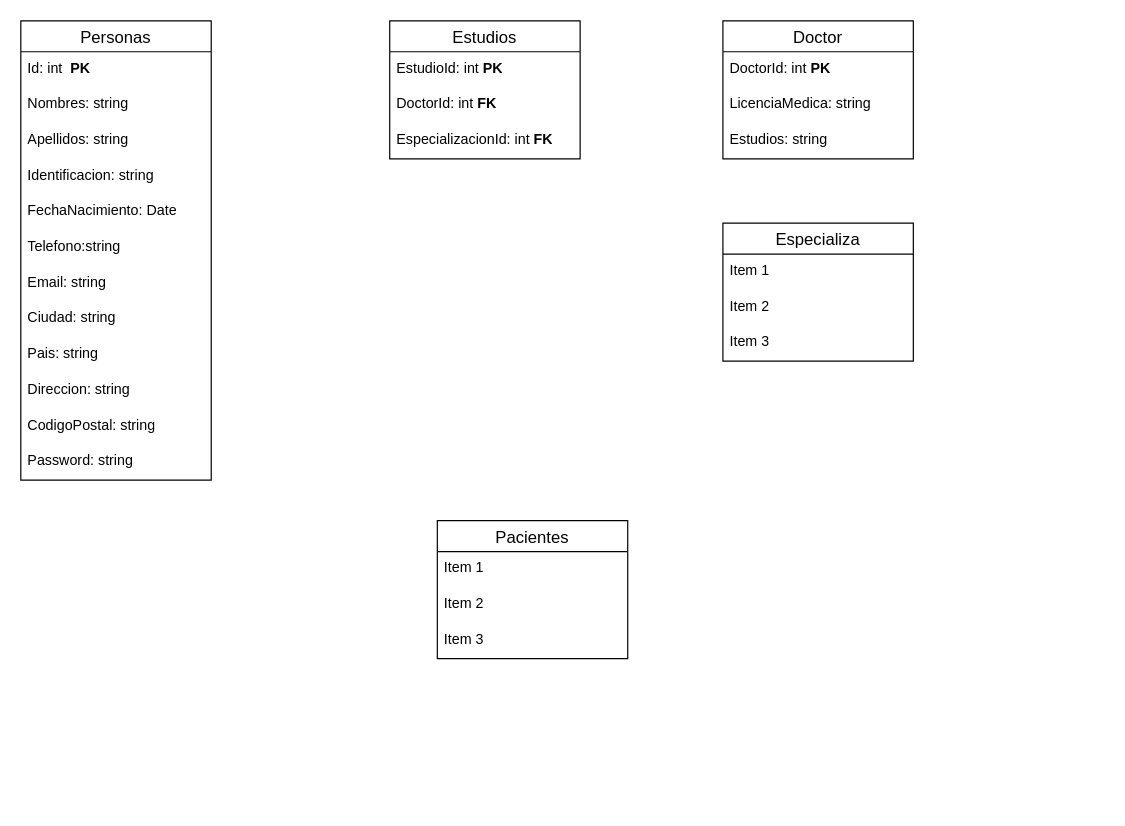
The draw.io diagram Diagrama SysClinic.drawio in DiegoBenjumeaDeveloper/Agendamiento, before the edit. Source tidied: cells renumbered, new cells numbered last; positions are measured from the earlier drawing's top-left corner, leaving out a move shared by most shapes. Both pictures are drawn from the tidied source at 119%, with x=0, y=0 at pixel (20, 20).
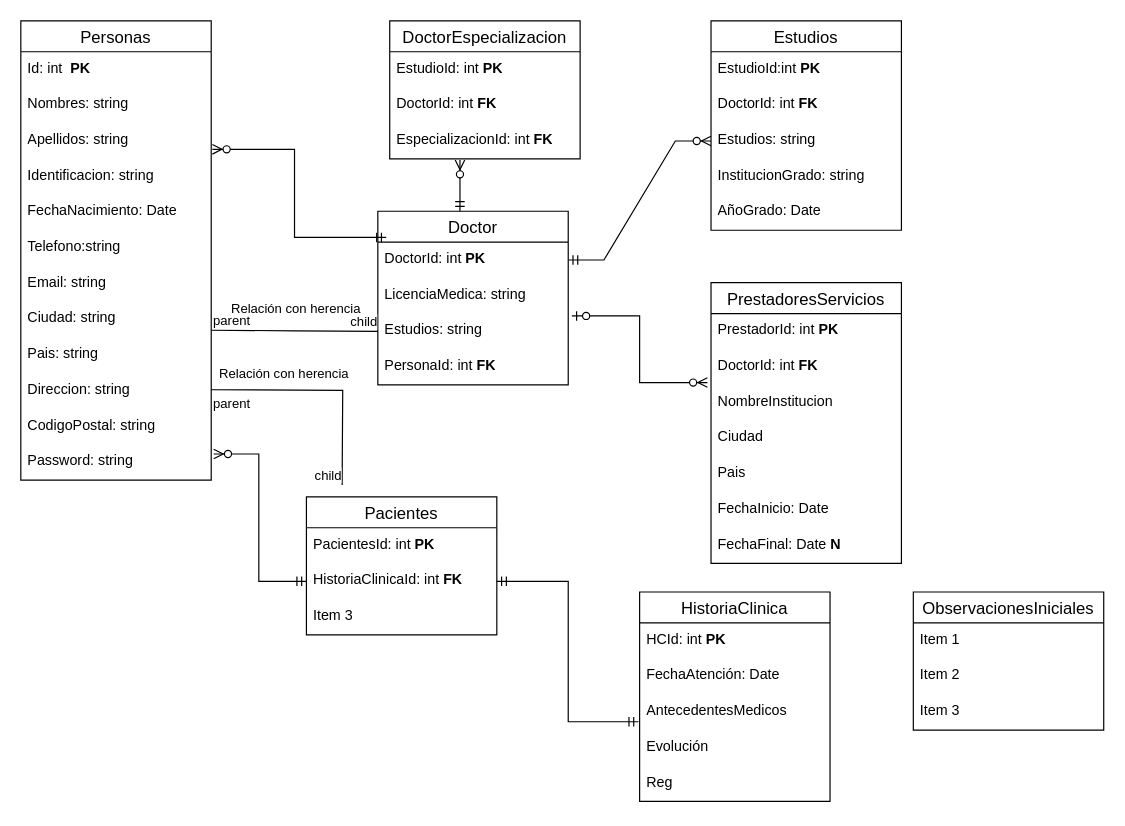
After the change.

The change refers to these unchanged cells:
```xml
<mxCell id="5" value="Apellidos: string" style="text;strokeColor=none;fillColor=none;spacingLeft=4;spacingRight=4;overflow=hidden;points=[[0,0.5],[1,0.5]];portConstraint=eastwest;fontSize=12;whiteSpace=wrap;html=1;" parent="2" vertex="1">
  <mxGeometry y="86" width="160" height="30" as="geometry" />
</mxCell>
<mxCell id="14" value="Password: string" style="text;strokeColor=none;fillColor=none;spacingLeft=4;spacingRight=4;overflow=hidden;points=[[0,0.5],[1,0.5]];portConstraint=eastwest;fontSize=12;whiteSpace=wrap;html=1;" parent="2" vertex="1">
  <mxGeometry y="356" width="160" height="30" as="geometry" />
</mxCell>
<mxCell id="20" value="DoctorId: int &lt;b&gt;PK&lt;/b&gt;" style="text;strokeColor=none;fillColor=none;spacingLeft=4;spacingRight=4;overflow=hidden;points=[[0,0.5],[1,0.5]];portConstraint=eastwest;fontSize=12;whiteSpace=wrap;html=1;" parent="19" vertex="1">
  <mxGeometry y="26" width="160" height="30" as="geometry" />
</mxCell>
<mxCell id="22" value="Estudios: string" style="text;strokeColor=none;fillColor=none;spacingLeft=4;spacingRight=4;overflow=hidden;points=[[0,0.5],[1,0.5]];portConstraint=eastwest;fontSize=12;whiteSpace=wrap;html=1;" parent="19" vertex="1">
  <mxGeometry y="86" width="160" height="30" as="geometry" />
</mxCell>
<mxCell id="26" value="EspecializacionId: int &lt;b&gt;FK&lt;/b&gt;" style="text;strokeColor=none;fillColor=none;spacingLeft=4;spacingRight=4;overflow=hidden;points=[[0,0.5],[1,0.5]];portConstraint=eastwest;fontSize=12;whiteSpace=wrap;html=1;" parent="23" vertex="1">
  <mxGeometry y="86" width="160" height="30" as="geometry" />
</mxCell>
```

What changed in the source:
```diff
@@
     <mxCell id="15" value="Pacientes" style="swimlane;fontStyle=0;horizontal=1;startSize=26;align=center;fontSize=14;" parent="1" vertex="1">
-      <mxGeometry x="350" y="420" width="160" height="116" as="geometry" />
+      <mxGeometry x="240" y="400" width="160" height="116" as="geometry" />
     </mxCell>
-    <mxCell id="16" value="Item 1" style="text;strokeColor=none;fillColor=none;spacingLeft=4;spacingRight=4;overflow=hidden;fontSize=12;whiteSpace=wrap;html=1;" parent="15" vertex="1">
+    <mxCell id="16" value="PacientesId: int &lt;b&gt;PK&lt;/b&gt;" style="text;strokeColor=none;fillColor=none;spacingLeft=4;spacingRight=4;overflow=hidden;fontSize=12;whiteSpace=wrap;html=1;" parent="15" vertex="1">
       <mxGeometry y="26" width="160" height="30" as="geometry" />
     </mxCell>
-    <mxCell id="17" value="Item 2" style="text;strokeColor=none;fillColor=none;spacingLeft=4;spacingRight=4;overflow=hidden;points=[[0,0.5],[1,0.5]];portConstraint=eastwest;fontSize=12;whiteSpace=wrap;html=1;" parent="15" vertex="1">
+    <mxCell id="17" value="HistoriaClinicaId: int &lt;b&gt;FK&lt;/b&gt;" style="text;strokeColor=none;fillColor=none;spacingLeft=4;spacingRight=4;overflow=hidden;points=[[0,0.5],[1,0.5]];portConstraint=eastwest;fontSize=12;whiteSpace=wrap;html=1;" parent="15" vertex="1">
       <mxGeometry y="56" width="160" height="30" as="geometry" />
     </mxCell>
@@
     <mxCell id="19" value="Doctor" style="swimlane;fontStyle=0;horizontal=1;startSize=26;align=center;fontSize=14;" parent="1" vertex="1">
-      <mxGeometry x="590" width="160" height="116" as="geometry" />
+      <mxGeometry x="300" y="160" width="160" height="146" as="geometry" />
     </mxCell>
@@
+    <mxCell id="31" value="PersonaId: int &lt;b&gt;FK&lt;/b&gt;" style="text;strokeColor=none;fillColor=none;spacingLeft=4;spacingRight=4;overflow=hidden;fontSize=12;whiteSpace=wrap;html=1;" parent="19" vertex="1">
+      <mxGeometry y="116" width="160" height="30" as="geometry" />
+    </mxCell>
-    <mxCell id="23" value="Estudios" style="swimlane;fontStyle=0;horizontal=1;startSize=26;align=center;fontSize=14;" parent="1" vertex="1">
+    <mxCell id="23" value="DoctorEspecializacion" style="swimlane;fontStyle=0;horizontal=1;startSize=26;align=center;fontSize=14;" parent="1" vertex="1">
       <mxGeometry x="310" width="160" height="116" as="geometry" />
     </mxCell>
@@
-    <mxCell id="27" value="Especializa" style="swimlane;fontStyle=0;horizontal=1;startSize=26;align=center;fontSize=14;" parent="1" vertex="1">
-      <mxGeometry x="590" y="170" width="160" height="116" as="geometry" />
+    <mxCell id="27" value="Estudios" style="swimlane;fontStyle=0;horizontal=1;startSize=26;align=center;fontSize=14;" parent="1" vertex="1">
+      <mxGeometry x="580" width="160" height="176" as="geometry" />
     </mxCell>
-    <mxCell id="28" value="Item 1" style="text;strokeColor=none;fillColor=none;spacingLeft=4;spacingRight=4;overflow=hidden;fontSize=12;whiteSpace=wrap;html=1;" parent="27" vertex="1">
+    <mxCell id="28" value="EstudioId:int &lt;b&gt;PK&lt;/b&gt;" style="text;strokeColor=none;fillColor=none;spacingLeft=4;spacingRight=4;overflow=hidden;fontSize=12;whiteSpace=wrap;html=1;" parent="27" vertex="1">
       <mxGeometry y="26" width="160" height="30" as="geometry" />
     </mxCell>
-    <mxCell id="29" value="Item 2" style="text;strokeColor=none;fillColor=none;spacingLeft=4;spacingRight=4;overflow=hidden;fontSize=12;whiteSpace=wrap;html=1;" parent="27" vertex="1">
+    <mxCell id="29" value="DoctorId: int &lt;b&gt;FK&lt;/b&gt;" style="text;strokeColor=none;fillColor=none;spacingLeft=4;spacingRight=4;overflow=hidden;fontSize=12;whiteSpace=wrap;html=1;" parent="27" vertex="1">
       <mxGeometry y="56" width="160" height="30" as="geometry" />
     </mxCell>
-    <mxCell id="30" value="Item 3" style="text;strokeColor=none;fillColor=none;spacingLeft=4;spacingRight=4;overflow=hidden;points=[[0,0.5],[1,0.5]];portConstraint=eastwest;fontSize=12;whiteSpace=wrap;html=1;" parent="27" vertex="1">
+    <mxCell id="30" value="Estudios: string" style="text;strokeColor=none;fillColor=none;spacingLeft=4;spacingRight=4;overflow=hidden;points=[[0,0.5],[1,0.5]];portConstraint=eastwest;fontSize=12;whiteSpace=wrap;html=1;" parent="27" vertex="1">
       <mxGeometry y="86" width="160" height="30" as="geometry" />
     </mxCell>
+    <mxCell id="32" value="InstitucionGrado: string" style="text;strokeColor=none;fillColor=none;spacingLeft=4;spacingRight=4;overflow=hidden;fontSize=12;whiteSpace=wrap;html=1;" parent="27" vertex="1">
+      <mxGeometry y="116" width="160" height="30" as="geometry" />
+    </mxCell>
+    <mxCell id="33" value="AñoGrado: Date" style="text;strokeColor=none;fillColor=none;spacingLeft=4;spacingRight=4;overflow=hidden;fontSize=12;whiteSpace=wrap;html=1;" parent="27" vertex="1">
+      <mxGeometry y="146" width="160" height="30" as="geometry" />
+    </mxCell>
+    <mxCell id="34" style="fontSize=12;html=1;endArrow=ERzeroToMany;startArrow=ERmandOne;rounded=0;entryX=1.006;entryY=0.733;entryDx=0;entryDy=0;entryPerimeter=0;exitX=0.044;exitY=-0.133;exitDx=0;exitDy=0;exitPerimeter=0;edgeStyle=orthogonalEdgeStyle;" parent="1" edge="1" source="20" target="5">
+      <mxGeometry relative="1" as="geometry" />
+    </mxCell>
+    <mxCell id="35" value="Relación con herencia" style="edgeLabel;html=1;align=center;verticalAlign=middle;" parent="34" vertex="1">
+      <mxGeometry x="-0.23" y="-2" relative="1" as="geometry">
+        <mxPoint x="-12" y="122" as="offset" />
+      </mxGeometry>
+    </mxCell>
+    <mxCell id="36" style="fontSize=12;html=1;endArrow=ERzeroToMany;startArrow=ERmandOne;rounded=0;entryX=0.369;entryY=1.033;entryDx=0;entryDy=0;entryPerimeter=0;" parent="1" edge="1" target="26">
+      <mxGeometry relative="1" as="geometry">
+        <mxPoint x="369" y="160" as="sourcePoint" />
+      </mxGeometry>
+    </mxCell>
+    <mxCell id="37" style="edgeStyle=entityRelationEdgeStyle;fontSize=12;html=1;endArrow=ERzeroToMany;startArrow=ERmandOne;rounded=0;exitX=1;exitY=0.5;exitDx=0;exitDy=0;entryX=0;entryY=0.5;entryDx=0;entryDy=0;" parent="1" edge="1" source="20" target="30">
+      <mxGeometry relative="1" as="geometry" />
+    </mxCell>
+    <mxCell id="38" value="PrestadoresServicios" style="swimlane;fontStyle=0;horizontal=1;startSize=26;align=center;fontSize=14;" parent="1" vertex="1">
+      <mxGeometry x="580" y="220" width="160" height="236" as="geometry" />
+    </mxCell>
+    <mxCell id="39" value="PrestadorId: int &lt;b&gt;PK&lt;/b&gt;" style="text;strokeColor=none;fillColor=none;spacingLeft=4;spacingRight=4;overflow=hidden;fontSize=12;whiteSpace=wrap;html=1;" parent="38" vertex="1">
+      <mxGeometry y="26" width="160" height="30" as="geometry" />
+    </mxCell>
+    <mxCell id="40" value="DoctorId: int &lt;b&gt;FK&lt;br&gt;&lt;br&gt;&lt;/b&gt;" style="text;strokeColor=none;fillColor=none;spacingLeft=4;spacingRight=4;overflow=hidden;points=[[0,0.5],[1,0.5]];portConstraint=eastwest;fontSize=12;whiteSpace=wrap;html=1;" parent="38" vertex="1">
+      <mxGeometry y="56" width="160" height="30" as="geometry" />
+    </mxCell>
+    <mxCell id="41" value="NombreInstitucion" style="text;strokeColor=none;fillColor=none;spacingLeft=4;spacingRight=4;overflow=hidden;fontSize=12;whiteSpace=wrap;html=1;" parent="38" vertex="1">
+      <mxGeometry y="86" width="160" height="30" as="geometry" />
+    </mxCell>
+    <mxCell id="42" value="Ciudad" style="text;strokeColor=none;fillColor=none;spacingLeft=4;spacingRight=4;overflow=hidden;fontSize=12;whiteSpace=wrap;html=1;" parent="38" vertex="1">
+      <mxGeometry y="116" width="160" height="30" as="geometry" />
+    </mxCell>
+    <mxCell id="43" value="Pais" style="text;strokeColor=none;fillColor=none;spacingLeft=4;spacingRight=4;overflow=hidden;fontSize=12;whiteSpace=wrap;html=1;" parent="38" vertex="1">
+      <mxGeometry y="146" width="160" height="30" as="geometry" />
+    </mxCell>
+    <mxCell id="44" value="FechaInicio: Date" style="text;strokeColor=none;fillColor=none;spacingLeft=4;spacingRight=4;overflow=hidden;fontSize=12;whiteSpace=wrap;html=1;" parent="38" vertex="1">
+      <mxGeometry y="176" width="160" height="30" as="geometry" />
+    </mxCell>
+    <mxCell id="45" value="FechaFinal: Date &lt;b&gt;N&lt;/b&gt;" style="text;strokeColor=none;fillColor=none;spacingLeft=4;spacingRight=4;overflow=hidden;fontSize=12;whiteSpace=wrap;html=1;" parent="38" vertex="1">
+      <mxGeometry y="206" width="160" height="30" as="geometry" />
+    </mxCell>
+    <mxCell id="46" style="fontSize=12;html=1;endArrow=ERzeroToMany;startArrow=ERzeroToOne;rounded=0;entryX=-0.019;entryY=0.933;entryDx=0;entryDy=0;entryPerimeter=0;exitX=1.019;exitY=0.067;exitDx=0;exitDy=0;exitPerimeter=0;edgeStyle=orthogonalEdgeStyle;" parent="1" edge="1" source="22" target="40">
+      <mxGeometry relative="1" as="geometry" />
+    </mxCell>
+    <mxCell id="47" style="endArrow=none;html=1;edgeStyle=orthogonalEdgeStyle;rounded=0;" parent="1" edge="1">
+      <mxGeometry relative="1" as="geometry">
+        <mxPoint x="160" y="310" as="sourcePoint" />
+        <mxPoint x="270" y="390" as="targetPoint" />
+      </mxGeometry>
+    </mxCell>
+    <mxCell id="48" value="parent" style="edgeLabel;html=1;align=left;verticalAlign=bottom;" parent="47" vertex="1">
+      <mxGeometry x="-1" relative="1" as="geometry">
+        <mxPoint y="20" as="offset" />
+      </mxGeometry>
+    </mxCell>
+    <mxCell id="49" value="child" style="edgeLabel;html=1;align=right;verticalAlign=bottom;" parent="47" vertex="1">
+      <mxGeometry x="1" relative="1" as="geometry" />
+    </mxCell>
+    <mxCell id="50" style="endArrow=none;html=1;edgeStyle=orthogonalEdgeStyle;rounded=0;entryX=0;entryY=0.5;entryDx=0;entryDy=0;" parent="1" edge="1" target="22">
+      <mxGeometry relative="1" as="geometry">
+        <mxPoint x="160" y="260" as="sourcePoint" />
+      </mxGeometry>
+    </mxCell>
+    <mxCell id="51" value="parent" style="edgeLabel;html=1;align=left;verticalAlign=bottom;" parent="50" vertex="1">
+      <mxGeometry x="-1" relative="1" as="geometry" />
+    </mxCell>
+    <mxCell id="52" value="child" style="edgeLabel;html=1;align=right;verticalAlign=bottom;" parent="50" vertex="1">
+      <mxGeometry x="1" relative="1" as="geometry" />
+    </mxCell>
+    <mxCell id="53" value="Relación con herencia" style="edgeLabel;html=1;align=center;verticalAlign=middle;" parent="1" vertex="1">
+      <mxGeometry x="230" y="241" as="geometry" />
+    </mxCell>
+    <mxCell id="54" value="HistoriaClinica" style="swimlane;fontStyle=0;horizontal=1;startSize=26;align=center;fontSize=14;" parent="1" vertex="1">
+      <mxGeometry x="520" y="480" width="160" height="176" as="geometry" />
+    </mxCell>
+    <mxCell id="55" value="HCId: int &lt;b&gt;PK&lt;/b&gt;" style="text;strokeColor=none;fillColor=none;spacingLeft=4;spacingRight=4;overflow=hidden;fontSize=12;whiteSpace=wrap;html=1;" parent="54" vertex="1">
+      <mxGeometry y="26" width="160" height="30" as="geometry" />
+    </mxCell>
+    <mxCell id="56" value="FechaAtención: Date" style="text;strokeColor=none;fillColor=none;spacingLeft=4;spacingRight=4;overflow=hidden;fontSize=12;whiteSpace=wrap;html=1;" parent="54" vertex="1">
+      <mxGeometry y="56" width="160" height="30" as="geometry" />
+    </mxCell>
+    <mxCell id="57" value="AntecedentesMedicos" style="text;strokeColor=none;fillColor=none;spacingLeft=4;spacingRight=4;overflow=hidden;points=[[0,0.5],[1,0.5]];portConstraint=eastwest;fontSize=12;whiteSpace=wrap;html=1;" parent="54" vertex="1">
+      <mxGeometry y="86" width="160" height="30" as="geometry" />
+    </mxCell>
+    <mxCell id="58" value="Evolución" style="text;strokeColor=none;fillColor=none;spacingLeft=4;spacingRight=4;overflow=hidden;fontSize=12;whiteSpace=wrap;html=1;" parent="54" vertex="1">
+      <mxGeometry y="116" width="160" height="30" as="geometry" />
+    </mxCell>
+    <mxCell id="59" value="Reg&lt;br&gt;" style="text;strokeColor=none;fillColor=none;spacingLeft=4;spacingRight=4;overflow=hidden;fontSize=12;whiteSpace=wrap;html=1;" parent="54" vertex="1">
+      <mxGeometry y="146" width="160" height="30" as="geometry" />
+    </mxCell>
+    <mxCell id="60" style="fontSize=12;html=1;endArrow=ERzeroToMany;startArrow=ERmandOne;rounded=0;entryX=1.013;entryY=0.267;entryDx=0;entryDy=0;entryPerimeter=0;exitX=0;exitY=0.5;exitDx=0;exitDy=0;edgeStyle=orthogonalEdgeStyle;" parent="1" edge="1" source="17" target="14">
+      <mxGeometry relative="1" as="geometry" />
+    </mxCell>
+    <mxCell id="61" style="fontSize=12;html=1;endArrow=ERmandOne;startArrow=ERmandOne;rounded=0;entryX=1;entryY=0.5;entryDx=0;entryDy=0;exitX=-0.006;exitY=0.767;exitDx=0;exitDy=0;exitPerimeter=0;edgeStyle=orthogonalEdgeStyle;" parent="1" edge="1" source="57" target="17">
+      <mxGeometry relative="1" as="geometry" />
+    </mxCell>
+    <mxCell id="62" value="ObservacionesIniciales" style="swimlane;fontStyle=0;horizontal=1;startSize=26;align=center;fontSize=14;" parent="1" vertex="1">
+      <mxGeometry x="750" y="480" width="160" height="116" as="geometry" />
+    </mxCell>
+    <mxCell id="63" value="Item 1" style="text;strokeColor=none;fillColor=none;spacingLeft=4;spacingRight=4;overflow=hidden;fontSize=12;whiteSpace=wrap;html=1;" parent="62" vertex="1">
+      <mxGeometry y="26" width="160" height="30" as="geometry" />
+    </mxCell>
+    <mxCell id="64" value="Item 2" style="text;strokeColor=none;fillColor=none;spacingLeft=4;spacingRight=4;overflow=hidden;fontSize=12;whiteSpace=wrap;html=1;" parent="62" vertex="1">
+      <mxGeometry y="56" width="160" height="30" as="geometry" />
+    </mxCell>
+    <mxCell id="65" value="Item 3" style="text;strokeColor=none;fillColor=none;spacingLeft=4;spacingRight=4;overflow=hidden;fontSize=12;whiteSpace=wrap;html=1;" parent="62" vertex="1">
+      <mxGeometry y="86" width="160" height="30" as="geometry" />
+    </mxCell>
```
